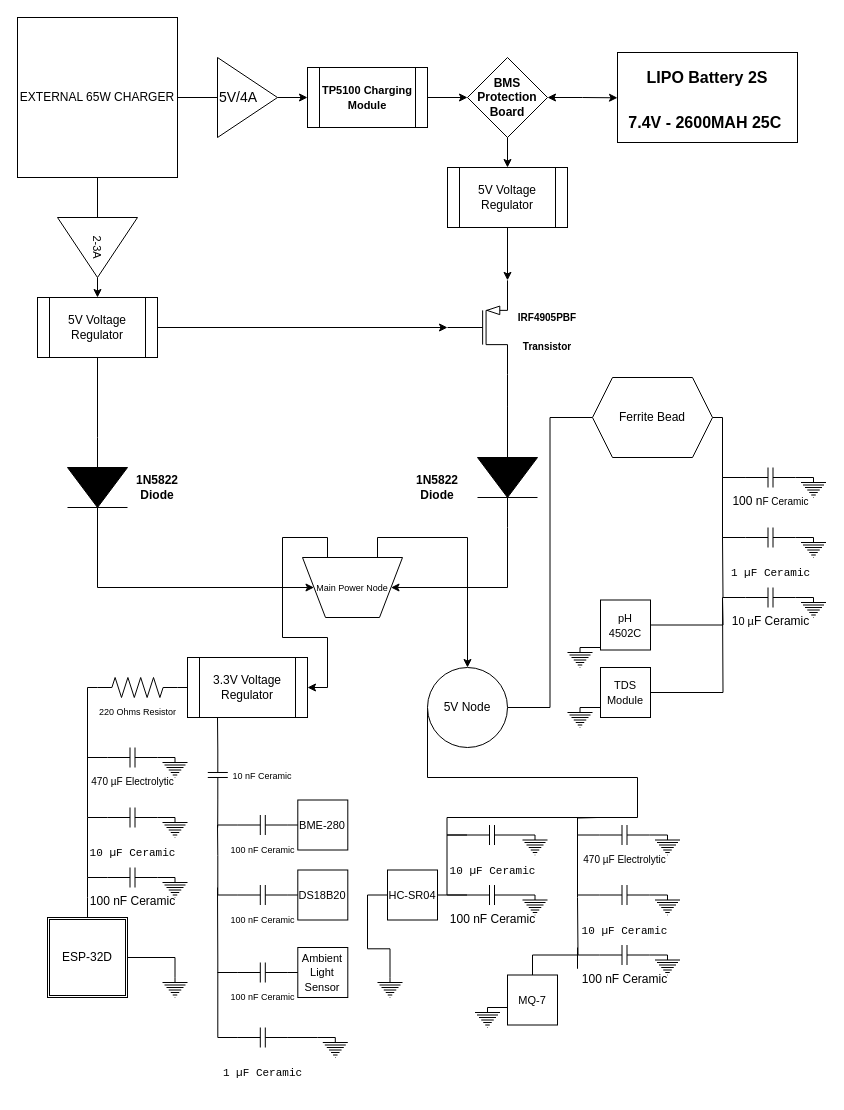
Above: Documentation/Electrical System Diagram.drawio in Zer0-Dayy/Hydroponics-Monitoring-System (draw.io), before the change. Source tidied: cells renumbered, new cells numbered last; positions are measured from the earlier drawing's top-left corner, leaving out a move shared by most shapes. Both pictures are drawn from the tidied source at 100%, with x=0, y=0 at pixel (17, 17).
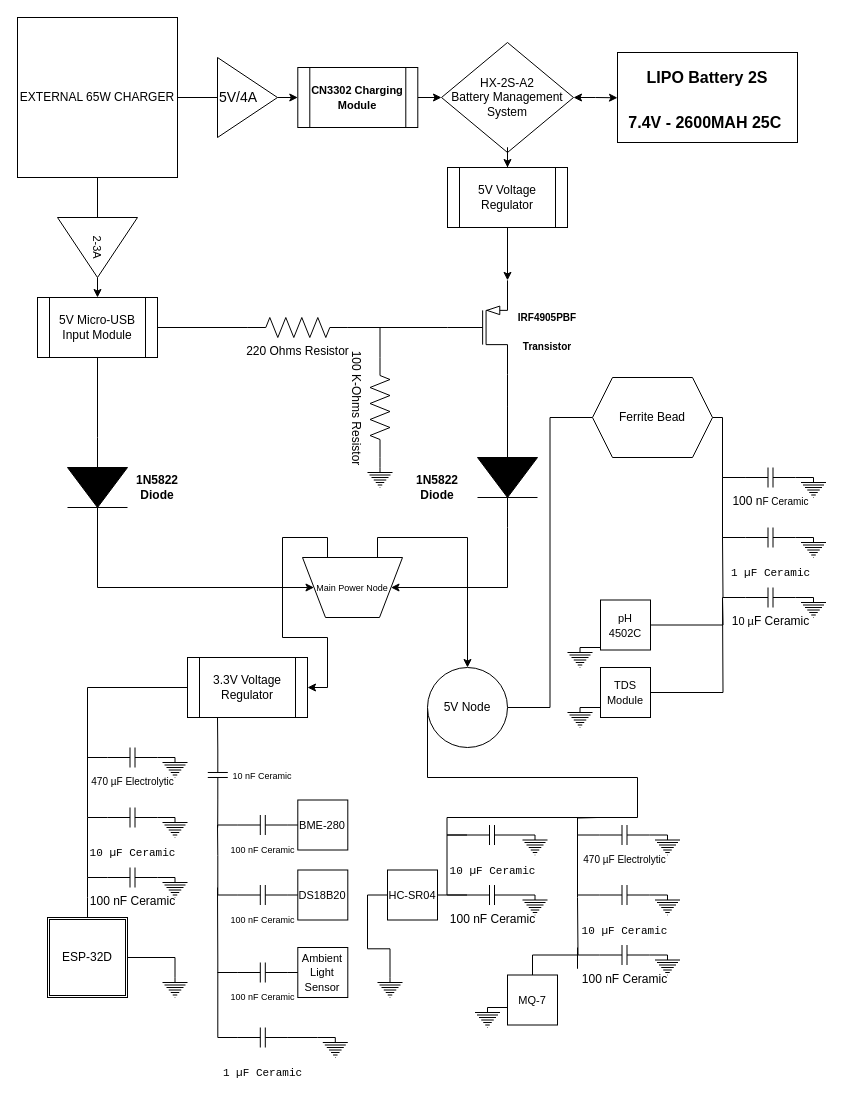
Above is the later version.

Commit message (it also covers changes not shown here):
Minor Fixes In the Electrical Diagram.

Unchanged cells that the change refers to:
```xml
<mxCell id="26" value="3.3V Voltage Regulator" style="shape=process;whiteSpace=wrap;html=1;backgroundOutline=1;" parent="1" vertex="1">
  <mxGeometry x="170" y="640" width="120" height="60" as="geometry" />
</mxCell>
<mxCell id="30" value="&lt;pre dir=&quot;ltr&quot;&gt;&lt;code&gt;&lt;font style=&quot;font-size: 11px;&quot;&gt;10 µF Ceramic&lt;/font&gt;&lt;/code&gt;&lt;/pre&gt;" style="verticalLabelPosition=bottom;shadow=0;dashed=0;align=center;html=1;verticalAlign=top;shape=mxgraph.electrical.capacitors.capacitor_1;" parent="1" vertex="1">
  <mxGeometry x="90" y="790" width="50" height="20" as="geometry" />
</mxCell>
<mxCell id="42" style="verticalLabelPosition=bottom;shadow=0;dashed=0;align=center;html=1;verticalAlign=top;shape=mxgraph.electrical.transistors.pmos;" parent="1" vertex="1">
  <mxGeometry x="430" y="260" width="60" height="100" as="geometry" />
</mxCell>
```

Diff of the diagram source:
```diff
@@
-    <mxCell id="10" value="5V Voltage Regulator" style="shape=process;whiteSpace=wrap;html=1;backgroundOutline=1;" parent="1" vertex="1">
+    <mxCell id="10" value="5V Micro-USB&lt;br&gt;Input Module" style="shape=process;whiteSpace=wrap;html=1;backgroundOutline=1;" parent="1" vertex="1">
       <mxGeometry x="20" y="280" width="120" height="60" as="geometry" />
     </mxCell>
@@
-    <mxCell id="12" value="&lt;b&gt;&lt;font style=&quot;font-size: 11px;&quot;&gt;TP5100 Charging Module&lt;/font&gt;&lt;/b&gt;" style="shape=process;whiteSpace=wrap;html=1;backgroundOutline=1;" parent="1" vertex="1">
-      <mxGeometry x="290" y="50" width="120" height="60" as="geometry" />
+    <mxCell id="12" value="&lt;b&gt;&lt;font style=&quot;font-size: 11px;&quot;&gt;CN3302 Charging Module&lt;/font&gt;&lt;/b&gt;" style="shape=process;whiteSpace=wrap;html=1;backgroundOutline=1;" parent="1" vertex="1">
+      <mxGeometry x="280.3" y="50" width="120" height="60" as="geometry" />
     </mxCell>
@@
-    <mxCell id="15" value="&lt;b&gt;BMS Protection Board&lt;/b&gt;&lt;b&gt;&lt;/b&gt;" style="rhombus;whiteSpace=wrap;html=1;shapeInside=1;" parent="1" vertex="1">
-      <mxGeometry x="450" y="40" width="80" height="80" as="geometry" />
+    <mxCell id="15" value="HX-2S-A2&lt;br&gt;Battery Management System" style="rhombus;whiteSpace=wrap;html=1;shapeInside=1;" parent="1" vertex="1">
+      <mxGeometry x="424" y="25" width="132" height="110" as="geometry" />
     </mxCell>
@@
-    <mxCell id="25" style="edgeStyle=orthogonalEdgeStyle;rounded=0;jettySize=auto;html=1;endArrow=none;endFill=0;entryX=0;entryY=0.5;entryDx=0;entryDy=0;entryPerimeter=0;exitX=0;exitY=0.5;exitDx=0;exitDy=0;exitPerimeter=0;" parent="1" edge="1" source="57" target="30">
+    <mxCell id="25" style="edgeStyle=orthogonalEdgeStyle;rounded=0;jettySize=auto;html=1;endArrow=none;endFill=0;entryX=0;entryY=0.5;entryDx=0;entryDy=0;entryPerimeter=0;exitX=0;exitY=0.5;exitDx=0;exitDy=0;" parent="1" edge="1" source="26" target="30">
       <mxGeometry relative="1" as="geometry">
         <Array as="points">
           <mxPoint x="70" y="670" />
           <mxPoint x="70" y="800" />
         </Array>
       </mxGeometry>
     </mxCell>
@@
-    <mxCell id="43" style="edgeStyle=orthogonalEdgeStyle;rounded=0;jettySize=auto;html=1;exitX=1;exitY=0.5;exitDx=0;exitDy=0;entryX=0;entryY=0.5;entryDx=0;entryDy=0;entryPerimeter=0;" parent="1" edge="1" source="10" target="42">
+    <mxCell id="43" style="edgeStyle=orthogonalEdgeStyle;rounded=0;jettySize=auto;html=1;exitX=1;exitY=0.5;exitDx=0;exitDy=0;entryX=0;entryY=0.5;entryDx=0;entryDy=0;entryPerimeter=0;endArrow=none;endFill=0;" parent="1" edge="1" source="10" target="57">
       <mxGeometry relative="1" as="geometry" />
     </mxCell>
@@
-    <mxCell id="57" value="&lt;font style=&quot;font-size: 9px;&quot;&gt;220 Ohms Resistor&lt;/font&gt;" style="verticalLabelPosition=bottom;shadow=0;dashed=0;align=center;html=1;verticalAlign=top;shape=mxgraph.electrical.resistors.resistor_2;" parent="1" vertex="1">
-      <mxGeometry x="80" y="660" width="80" height="20" as="geometry" />
-    </mxCell>
@@
-    <mxCell id="59" style="edgeStyle=orthogonalEdgeStyle;rounded=0;jettySize=auto;html=1;exitX=1;exitY=0.5;exitDx=0;exitDy=0;exitPerimeter=0;entryX=0;entryY=0.5;entryDx=0;entryDy=0;endArrow=none;endFill=0;" parent="1" edge="1" source="57" target="26">
-      <mxGeometry relative="1" as="geometry" />
-    </mxCell>
@@
+    <mxCell id="126" style="edgeStyle=orthogonalEdgeStyle;rounded=0;jettySize=auto;html=1;exitX=0;exitY=0.5;exitDx=0;exitDy=0;exitPerimeter=0;endArrow=none;endFill=0;" parent="1" edge="1" source="127">
+      <mxGeometry relative="1" as="geometry">
+        <mxPoint x="362.5" y="310" as="targetPoint" />
+      </mxGeometry>
+    </mxCell>
+    <mxCell id="127" value="100 K-Ohms Resistor" style="verticalLabelPosition=bottom;shadow=0;dashed=0;align=center;html=1;verticalAlign=top;shape=mxgraph.electrical.resistors.resistor_2;rotation=90;" parent="1" vertex="1">
+      <mxGeometry x="312.5" y="380" width="100" height="20" as="geometry" />
+    </mxCell>
+    <mxCell id="128" style="verticalLabelPosition=bottom;shadow=0;dashed=0;align=center;html=1;verticalAlign=top;shape=mxgraph.electrical.signal_sources.protective_earth;" parent="1" vertex="1">
+      <mxGeometry x="350" y="450" width="25" height="20" as="geometry" />
+    </mxCell>
+    <mxCell id="129" style="edgeStyle=orthogonalEdgeStyle;rounded=0;jettySize=auto;html=1;exitX=0.5;exitY=0;exitDx=0;exitDy=0;exitPerimeter=0;entryX=1;entryY=0.5;entryDx=0;entryDy=0;entryPerimeter=0;endArrow=none;endFill=0;" parent="1" edge="1" source="128" target="127">
+      <mxGeometry relative="1" as="geometry" />
+    </mxCell>
+    <mxCell id="57" value="220 Ohms Resistor" style="verticalLabelPosition=bottom;shadow=0;dashed=0;align=center;html=1;verticalAlign=top;shape=mxgraph.electrical.resistors.resistor_2;" parent="1" vertex="1">
+      <mxGeometry x="230.3" y="300" width="100" height="20" as="geometry" />
+    </mxCell>
+    <mxCell id="130" style="edgeStyle=orthogonalEdgeStyle;rounded=0;jettySize=auto;html=1;exitX=1;exitY=0.5;exitDx=0;exitDy=0;exitPerimeter=0;entryX=0;entryY=0.5;entryDx=0;entryDy=0;entryPerimeter=0;endArrow=none;endFill=0;" parent="1" edge="1" source="57" target="42">
+      <mxGeometry relative="1" as="geometry" />
+    </mxCell>
```
